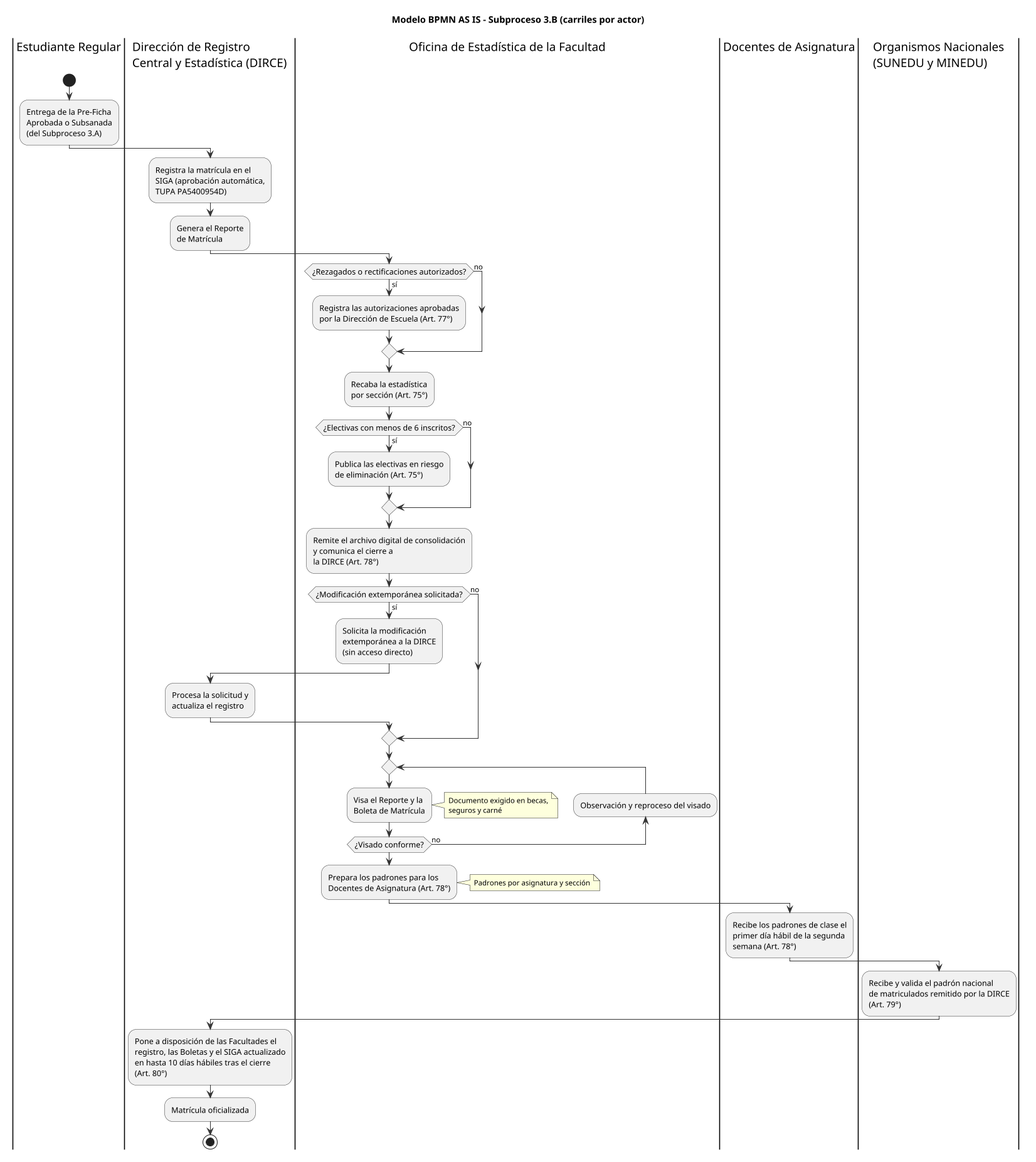
The PlantUML diagram trabajo_grupal/images/asis_subproceso_3b_bpmn.png in AldoLunaBueno/cc0f6_topicos_procesos_grupo, before a commit.
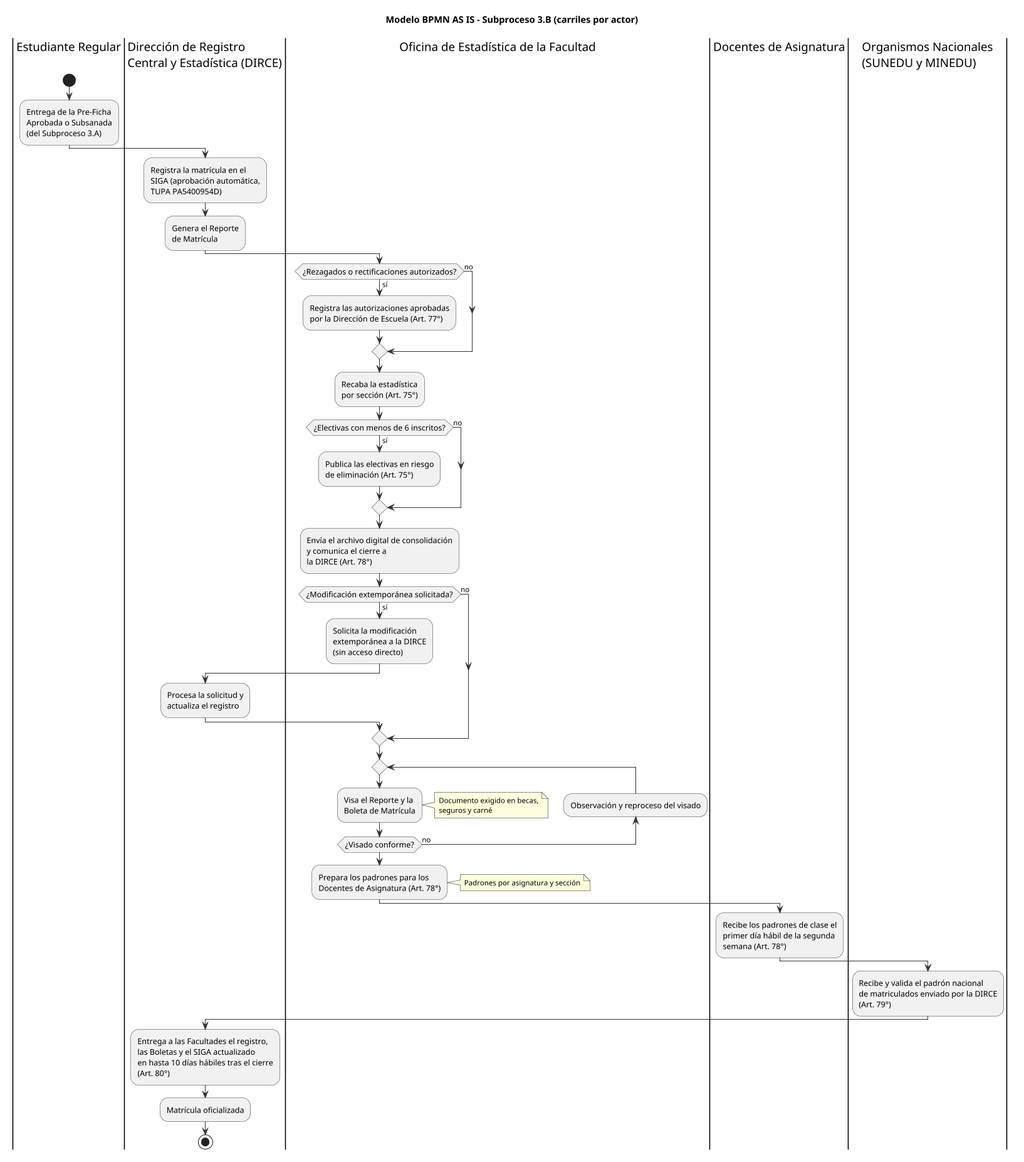
After the change.

The edit, as a diff of the source:
```diff
@@ -35,7 +35,7 @@
   de eliminación (Art. 75°);
 else (no)
 endif
-:Remite el archivo digital de consolidación
+:Envía el archivo digital de consolidación
 y comunica el cierre a
 la DIRCE (Art. 78°);
 if (¿Modificación extemporánea solicitada?) then (sí)
@@ -66,11 +66,11 @@
 semana (Art. 78°);
 |Organismos Nacionales\n(SUNEDU y MINEDU)|
 :Recibe y valida el padrón nacional
-de matriculados remitido por la DIRCE
+de matriculados enviado por la DIRCE
 (Art. 79°);
 |Dirección de Registro\nCentral y Estadística (DIRCE)|
-:Pone a disposición de las Facultades el
-registro, las Boletas y el SIGA actualizado
+:Entrega a las Facultades el registro,
+las Boletas y el SIGA actualizado
 en hasta 10 días hábiles tras el cierre
 (Art. 80°);
 :Matrícula oficializada;
```
